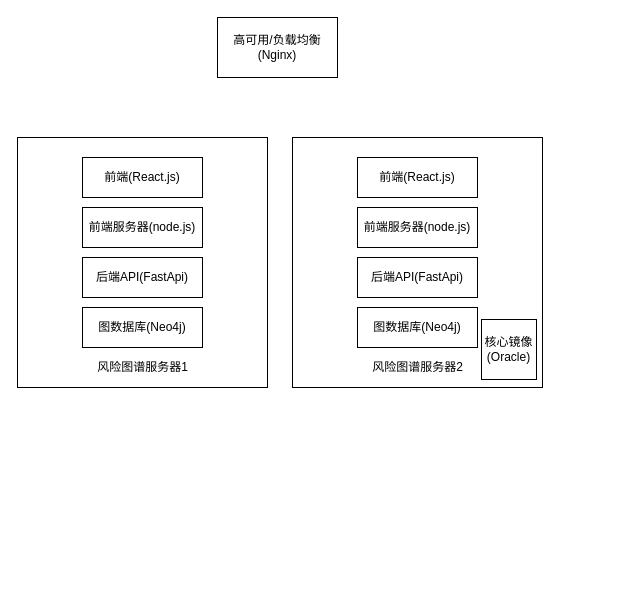
The draw.io diagram page "应用部署拓扑图" (2 of 3) of taiping-arch.drawio in XiaoLiuAI/diagrams, before the edit. Source tidied: cells renumbered, new cells numbered last; positions are measured from the earlier drawing's top-left corner, leaving out a move shared by most shapes. Both pictures are drawn from the tidied source at 100%, with x=0, y=0 at pixel (17, 17).
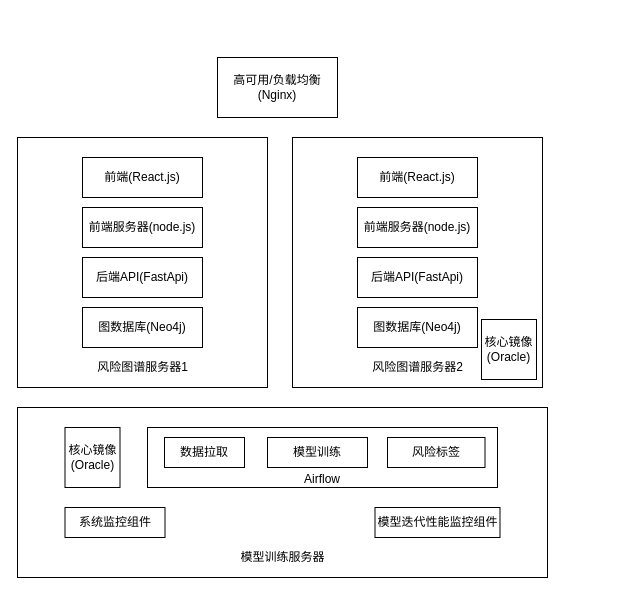
After the change.

Change to the diagram source:
```diff
@@
     <mxCell id="2" value="高可用/负载均衡&lt;br&gt;(Nginx)" style="rounded=0;whiteSpace=wrap;html=1;" parent="1" vertex="1">
-      <mxGeometry x="200" width="120" height="60" as="geometry" />
+      <mxGeometry x="200" y="40" width="120" height="60" as="geometry" />
     </mxCell>
@@
+    <mxCell id="18" style="group;" parent="1" vertex="1">
+      <mxGeometry y="390" width="530" height="170" as="geometry" />
+    </mxCell>
+    <mxCell id="19" style="rounded=0;whiteSpace=wrap;html=1;" parent="18" vertex="1">
+      <mxGeometry width="530" height="170" as="geometry" />
+    </mxCell>
+    <mxCell id="20" value="模型训练服务器" style="text;html=1;strokeColor=none;fillColor=none;align=center;verticalAlign=middle;whiteSpace=wrap;rounded=0;" parent="18" vertex="1">
+      <mxGeometry x="217.5" y="140" width="95" height="20" as="geometry" />
+    </mxCell>
+    <mxCell id="21" value="系统监控组件" style="rounded=0;whiteSpace=wrap;html=1;" parent="18" vertex="1">
+      <mxGeometry x="47.5" y="100" width="100" height="30" as="geometry" />
+    </mxCell>
+    <mxCell id="22" value="模型迭代性能监控组件" style="rounded=0;whiteSpace=wrap;html=1;" parent="18" vertex="1">
+      <mxGeometry x="357.5" y="100" width="125" height="30" as="geometry" />
+    </mxCell>
+    <mxCell id="23" value="核心镜像&lt;br&gt;(Oracle)" style="rounded=0;whiteSpace=wrap;html=1;" parent="18" vertex="1">
+      <mxGeometry x="47.5" y="20" width="55" height="60" as="geometry" />
+    </mxCell>
+    <mxCell id="24" value="&lt;br&gt;&lt;br&gt;&lt;br&gt;Airflow" style="rounded=0;whiteSpace=wrap;html=1;" parent="18" vertex="1">
+      <mxGeometry x="130" y="20" width="350" height="60" as="geometry" />
+    </mxCell>
+    <mxCell id="25" value="数据拉取" style="rounded=0;whiteSpace=wrap;html=1;" parent="18" vertex="1">
+      <mxGeometry x="147" y="30" width="80" height="30" as="geometry" />
+    </mxCell>
+    <mxCell id="26" value="模型训练" style="rounded=0;whiteSpace=wrap;html=1;" parent="18" vertex="1">
+      <mxGeometry x="250" y="30" width="100" height="30" as="geometry" />
+    </mxCell>
+    <mxCell id="27" value="风险标签" style="rounded=0;whiteSpace=wrap;html=1;" parent="18" vertex="1">
+      <mxGeometry x="370" y="30" width="97.5" height="30" as="geometry" />
+    </mxCell>
```
